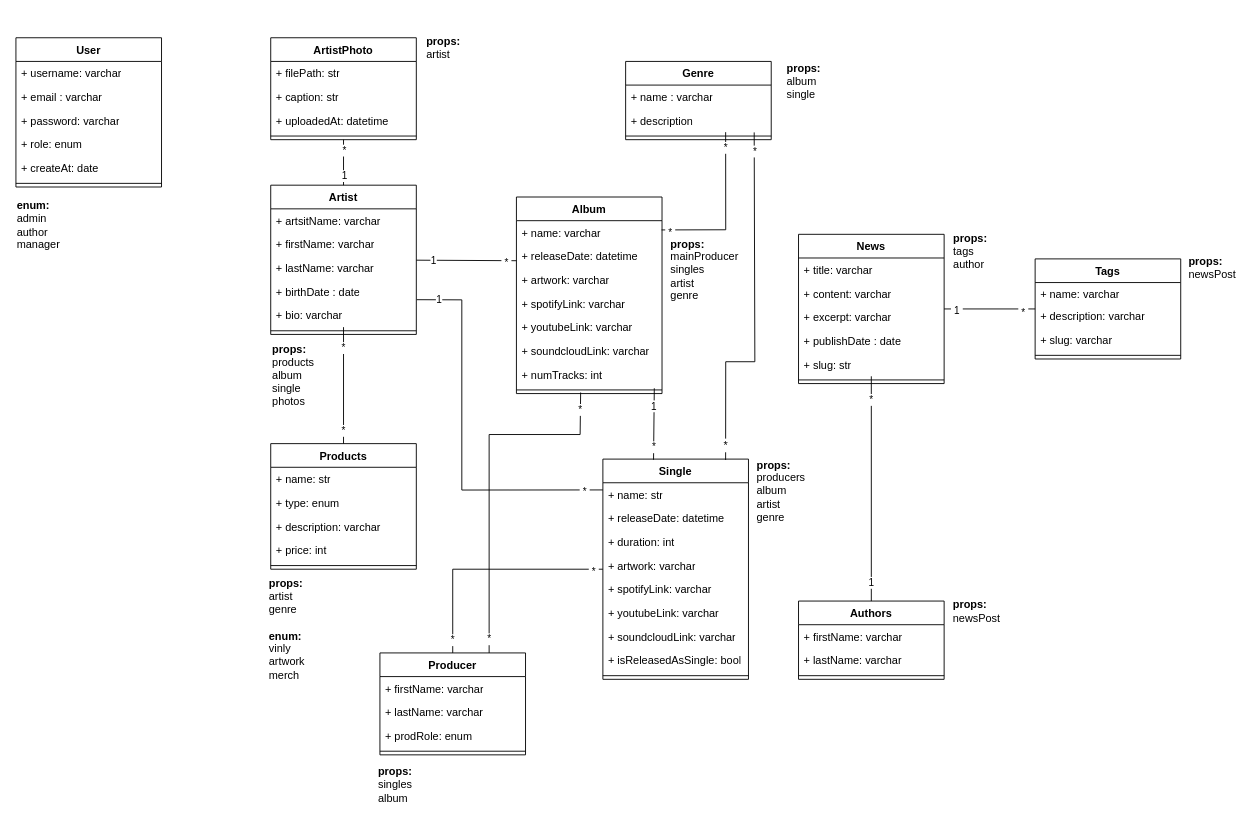
Above: page "UML" (1 of 2) of doc/Miserecord.drawio in Dvles/miserecord (draw.io), before the change. Source tidied: cells renumbered, new cells numbered last; positions are measured from the earlier drawing's top-left corner, leaving out a move shared by most shapes. Both pictures are drawn from the tidied source at 91%, with x=0, y=0 at pixel (15, 15).
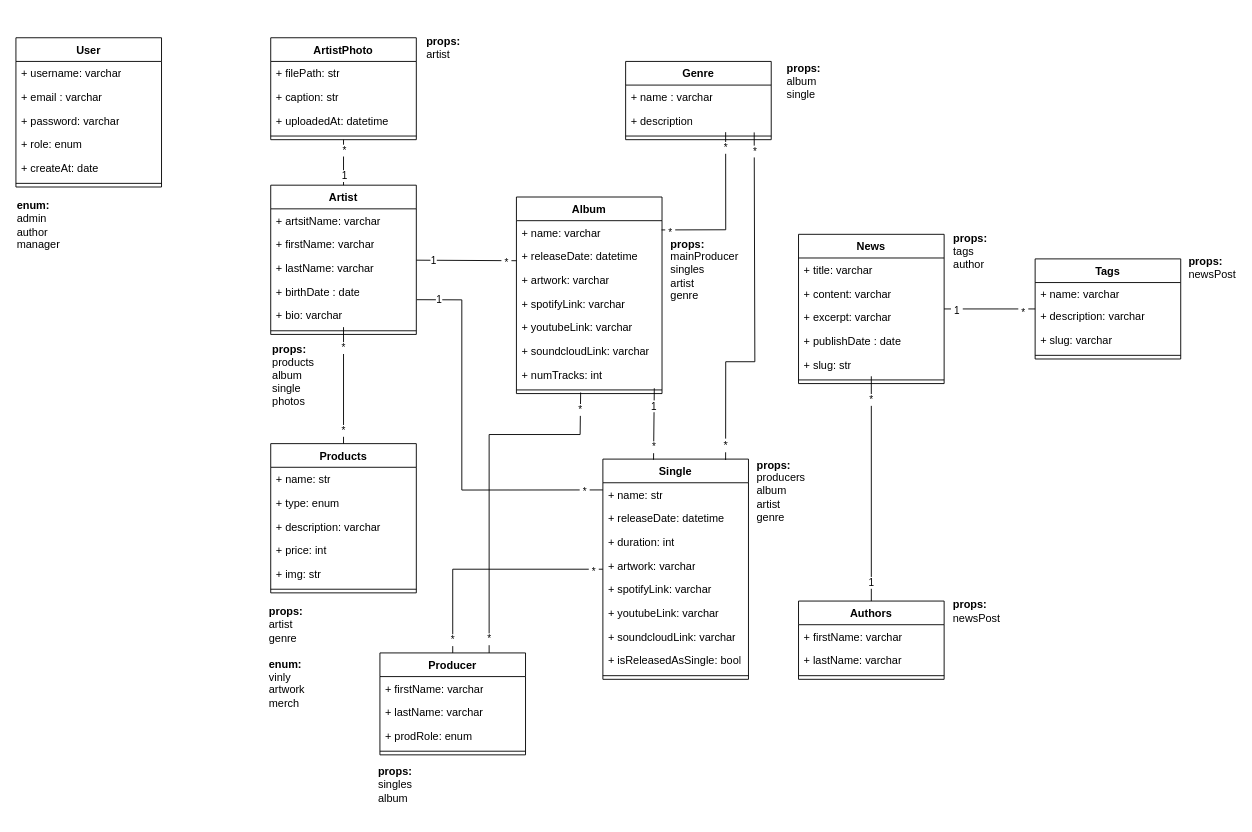
Above is the later version.

Diff of the diagram source:
```diff
@@
     <mxCell id="25" value="Products" style="swimlane;fontStyle=1;align=center;verticalAlign=top;horizontal=1;startSize=26;whiteSpace=wrap;html=1;" parent="1" vertex="1">
-      <mxGeometry x="280" y="470" width="160" height="138" as="geometry" />
+      <mxGeometry x="280" y="470" width="160" height="164" as="geometry" />
     </mxCell>
@@
+    <mxCell id="115" value="+ img: str" style="text;strokeColor=none;fillColor=none;align=left;verticalAlign=top;spacingLeft=4;spacingRight=4;overflow=hidden;whiteSpace=wrap;html=1;" parent="25" vertex="1">
+      <mxGeometry y="130" width="160" height="26" as="geometry" />
+    </mxCell>
     <mxCell id="30" style="line;strokeWidth=1;fillColor=none;align=left;verticalAlign=middle;spacingTop=-1;spacingLeft=3;spacingRight=3;labelPosition=right;strokeColor=inherit;" parent="25" vertex="1">
-      <mxGeometry y="130" width="160" height="8" as="geometry" />
+      <mxGeometry y="156" width="160" height="8" as="geometry" />
     </mxCell>
@@
     <mxCell id="107" value="&lt;div align=&quot;left&quot;&gt;&lt;b&gt;props:&lt;/b&gt;&lt;br&gt;&lt;/div&gt;&lt;div align=&quot;left&quot;&gt;artist&lt;br&gt;genre&lt;br&gt;&lt;/div&gt;&lt;div&gt;&lt;br&gt;&lt;/div&gt;&lt;div align=&quot;left&quot;&gt;&lt;div&gt;&lt;b&gt;enum:&lt;/b&gt;&lt;br&gt;&lt;/div&gt;vinly&lt;br&gt;artwork&lt;br&gt;merch&lt;br&gt;&lt;/div&gt;" style="text;strokeColor=none;align=center;fillColor=none;html=1;verticalAlign=middle;whiteSpace=wrap;rounded=0;" parent="1" vertex="1">
-      <mxGeometry x="248" y="619" width="100" height="110" as="geometry" />
+      <mxGeometry x="248" y="650" width="100" height="110" as="geometry" />
     </mxCell>
```
